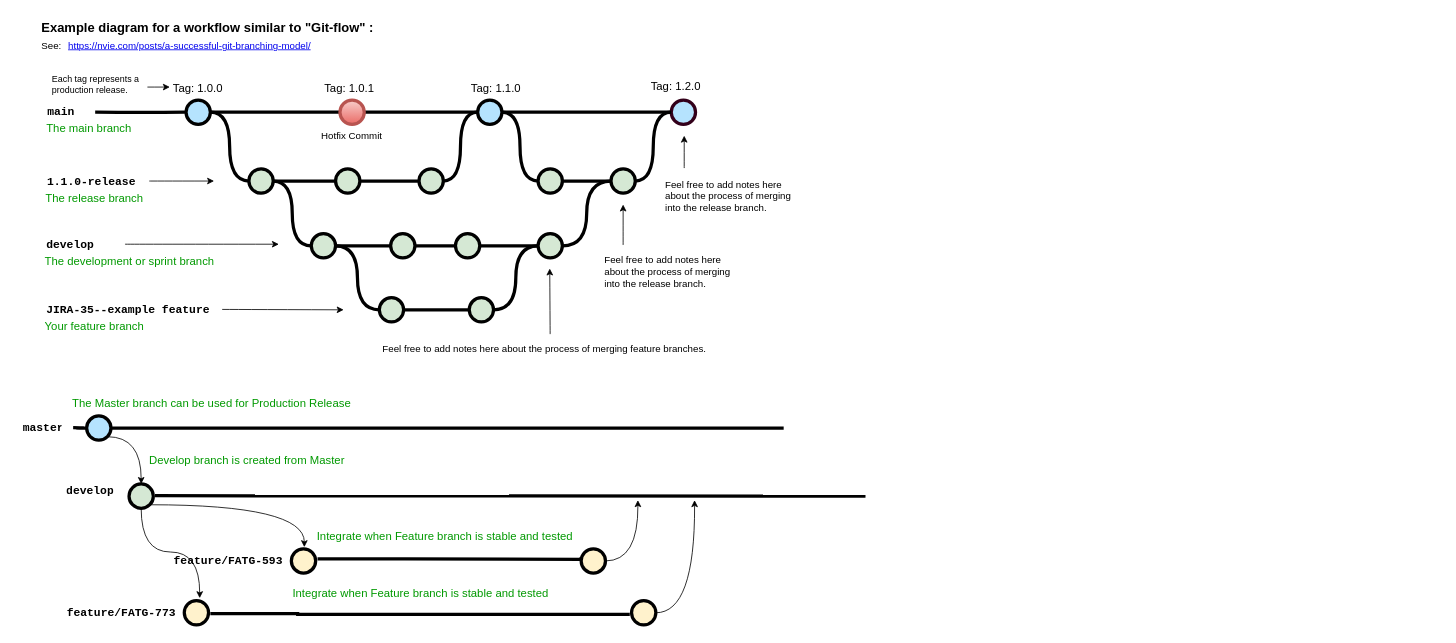
Above: Untitled Diagram.drawio in devenparab/draw.io (draw.io), before the change. Source tidied: cells renumbered, new cells numbered last; positions are measured from the earlier drawing's top-left corner, leaving out a move shared by most shapes. Both pictures are drawn from the tidied source at 81%, with x=0, y=0 at pixel (22, 14).
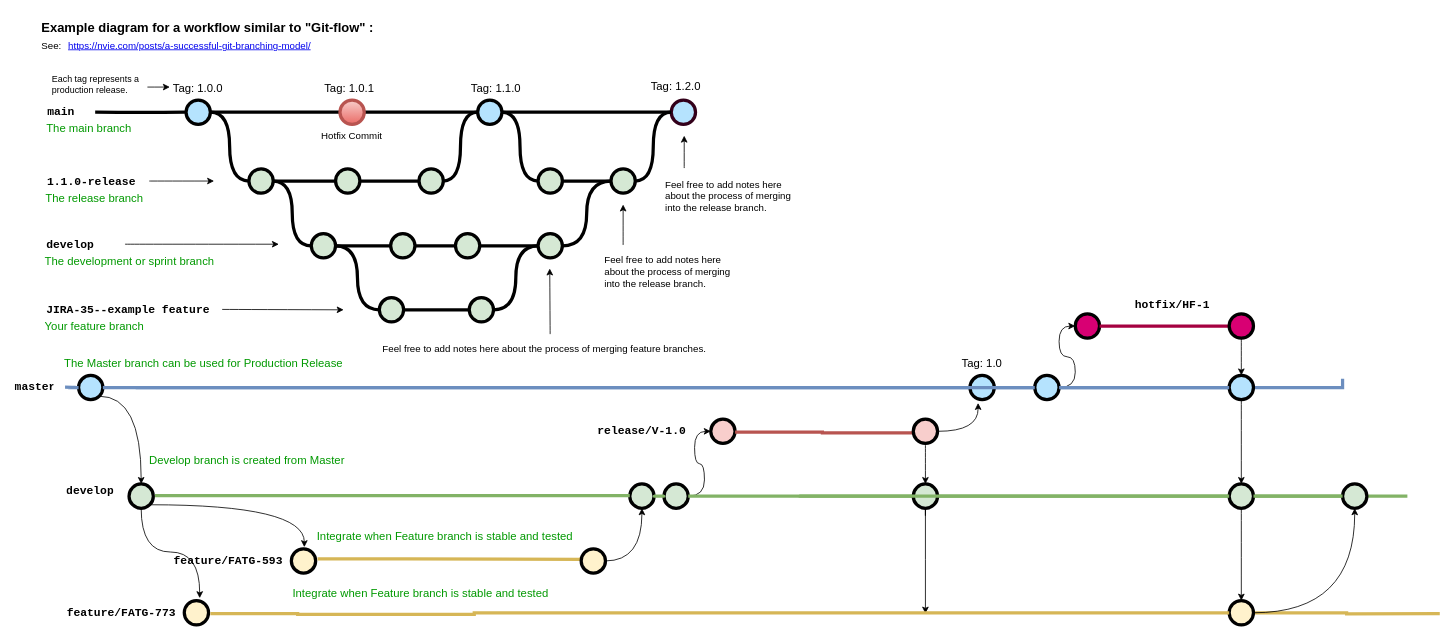
The same page after the edit.

Unchanged cells that the change refers to:
```xml
<mxCell id="82" style="verticalLabelPosition=bottom;verticalAlign=top;html=1;strokeWidth=4;shape=mxgraph.flowchart.on-page_reference;strokeColor=#000000;fillColor=#fff2cc;" parent="1" vertex="1">
  <mxGeometry x="690" y="660" width="30" height="30" as="geometry" />
</mxCell>
```

Change to the diagram source:
```diff
@@
     <mxCell id="63" value="master" style="text;html=1;strokeColor=none;fillColor=none;align=center;verticalAlign=middle;whiteSpace=wrap;overflow=hidden;fontSize=14;fontStyle=1;fontFamily=Courier New;" parent="1" vertex="1">
-      <mxGeometry y="490" width="50" height="42" as="geometry" />
+      <mxGeometry x="-10" y="440" width="50" height="42" as="geometry" />
     </mxCell>
-    <mxCell id="64" style="edgeStyle=orthogonalEdgeStyle;rounded=0;html=1;jettySize=auto;strokeWidth=4;endArrow=none;endFill=0;startArrow=none;curved=1;" parent="1" edge="1" source="71">
-      <mxGeometry x="165" y="600.5" as="geometry">
-        <mxPoint x="940" y="511" as="targetPoint" />
+    <mxCell id="64" style="edgeStyle=orthogonalEdgeStyle;rounded=0;html=1;jettySize=auto;strokeWidth=4;endArrow=none;endFill=0;startArrow=none;fillColor=#dae8fc;strokeColor=#6c8ebf;" parent="1" edge="1" source="113">
+      <mxGeometry x="155" y="550.5" as="geometry">
+        <mxPoint x="1630" y="450" as="targetPoint" />
         <Array as="points">
-          <mxPoint x="150" y="511" />
-          <mxPoint x="150" y="511" />
+          <mxPoint x="140" y="461" />
+          <mxPoint x="140" y="461" />
         </Array>
       </mxGeometry>
     </mxCell>
     <mxCell id="65" value="The Master branch can be used for Production Release&amp;nbsp;" style="text;html=1;strokeColor=none;fillColor=none;align=left;verticalAlign=middle;whiteSpace=wrap;overflow=hidden;fontSize=14;fontStyle=0;fontColor=#009900;" parent="1" vertex="1">
-      <mxGeometry x="60" y="470" width="390" height="20" as="geometry" />
+      <mxGeometry x="50" y="420" width="390" height="20" as="geometry" />
     </mxCell>
@@
-    <mxCell id="69" style="edgeStyle=orthogonalEdgeStyle;rounded=0;html=1;jettySize=auto;orthogonalLoop=1;strokeWidth=4;endArrow=none;endFill=0;curved=1;" parent="1" edge="1">
+    <mxCell id="69" style="edgeStyle=orthogonalEdgeStyle;rounded=0;html=1;jettySize=auto;strokeWidth=4;endArrow=none;endFill=0;curved=1;startArrow=none;fillColor=#d5e8d4;strokeColor=#82b366;" parent="1" edge="1" source="121">
       <mxGeometry x="266" y="684.5" as="geometry">
-        <mxPoint x="163.8" y="594.5" as="sourcePoint" />
-        <mxPoint x="1041" y="595" as="targetPoint" />
+        <mxPoint x="1710" y="595" as="targetPoint" />
         <Array as="points">
-          <mxPoint x="251" y="595" />
           <mxPoint x="251" y="595" />
         </Array>
       </mxGeometry>
     </mxCell>
@@
     <mxCell id="71" style="verticalLabelPosition=bottom;verticalAlign=top;html=1;strokeWidth=4;shape=mxgraph.flowchart.on-page_reference;plain-blue;gradientColor=none;fillColor=#B5E3Fe;strokeColor=#000000;" parent="1" vertex="1">
-      <mxGeometry x="79.5" y="496" width="30" height="30" as="geometry" />
+      <mxGeometry x="69.5" y="446" width="30" height="30" as="geometry" />
     </mxCell>
-    <mxCell id="72" style="edgeStyle=orthogonalEdgeStyle;rounded=0;html=1;jettySize=auto;strokeWidth=4;endArrow=none;endFill=0;curved=1;" parent="1" edge="1" target="71">
-      <mxGeometry x="165" y="600.5" as="geometry">
-        <mxPoint x="62.8" y="510.5" as="sourcePoint" />
+    <mxCell id="72" style="edgeStyle=orthogonalEdgeStyle;rounded=0;html=1;jettySize=auto;strokeWidth=4;endArrow=none;endFill=0;curved=1;fillColor=#dae8fc;strokeColor=#6c8ebf;" parent="1" edge="1" target="71">
+      <mxGeometry x="155" y="550.5" as="geometry">
+        <mxPoint x="52.8" y="460.5" as="sourcePoint" />
       </mxGeometry>
     </mxCell>
@@
-    <mxCell id="76" style="edgeStyle=orthogonalEdgeStyle;rounded=0;html=1;jettySize=auto;orthogonalLoop=1;strokeWidth=4;endArrow=none;endFill=0;startArrow=none;" parent="1" edge="1">
+    <mxCell id="76" style="edgeStyle=orthogonalEdgeStyle;rounded=0;html=1;jettySize=auto;orthogonalLoop=1;strokeWidth=4;endArrow=none;endFill=0;startArrow=none;fillColor=#fff2cc;strokeColor=#d6b656;" parent="1" edge="1">
       <mxGeometry x="322.2" y="766.5" as="geometry">
         <mxPoint x="364.5" y="672.5" as="sourcePoint" />
         <mxPoint x="690" y="670" as="targetPoint" />
         <Array as="points">
           <mxPoint x="472.2" y="673" />
           <mxPoint x="472.2" y="673" />
         </Array>
       </mxGeometry>
     </mxCell>
@@
-    <mxCell id="81" style="edgeStyle=orthogonalEdgeStyle;curved=1;jettySize=auto;html=1;" parent="1" edge="1" source="82">
-      <mxGeometry relative="1" as="geometry">
-        <mxPoint x="760" y="600" as="targetPoint" />
-      </mxGeometry>
-    </mxCell>
+    <mxCell id="87" style="edgeStyle=orthogonalEdgeStyle;curved=1;jettySize=auto;html=1;entryX=0.5;entryY=1;entryDx=0;entryDy=0;entryPerimeter=0;" parent="1" edge="1" source="82" target="89">
+      <mxGeometry relative="1" as="geometry" />
+    </mxCell>
@@
-    <mxCell id="83" style="edgeStyle=orthogonalEdgeStyle;rounded=0;html=1;jettySize=auto;orthogonalLoop=1;strokeWidth=4;endArrow=none;endFill=0;startArrow=none;" parent="1" edge="1">
+    <mxCell id="83" style="edgeStyle=orthogonalEdgeStyle;rounded=0;html=1;jettySize=auto;strokeWidth=4;endArrow=none;endFill=0;startArrow=none;fillColor=#fff2cc;strokeColor=#d6b656;" parent="1" edge="1" source="119">
       <mxGeometry x="190" y="834" as="geometry">
-        <mxPoint x="232.2" y="740" as="sourcePoint" />
-        <mxPoint x="750" y="741" as="targetPoint" />
-        <Array as="points">
-          <mxPoint x="340" y="740" />
-          <mxPoint x="340" y="741" />
-          <mxPoint x="558" y="741" />
-        </Array>
+        <mxPoint x="1750" y="740" as="targetPoint" />
       </mxGeometry>
     </mxCell>
-    <mxCell id="84" style="edgeStyle=orthogonalEdgeStyle;curved=1;jettySize=auto;html=1;" parent="1" edge="1" source="85">
-      <mxGeometry relative="1" as="geometry">
-        <mxPoint x="830" y="600" as="targetPoint" />
-      </mxGeometry>
-    </mxCell>
-    <mxCell id="85" style="verticalLabelPosition=bottom;verticalAlign=top;html=1;strokeWidth=4;shape=mxgraph.flowchart.on-page_reference;strokeColor=#000000;fillColor=#fff2cc;" parent="1" vertex="1">
-      <mxGeometry x="752.2" y="724" width="30" height="30" as="geometry" />
-    </mxCell>
@@
+    <mxCell id="88" style="verticalLabelPosition=bottom;verticalAlign=top;html=1;strokeWidth=4;shape=mxgraph.flowchart.on-page_reference;fillColor=#f8cecc;strokeColor=#000000;" parent="1" vertex="1">
+      <mxGeometry x="850" y="500" width="30" height="30" as="geometry" />
+    </mxCell>
+    <mxCell id="89" style="verticalLabelPosition=bottom;verticalAlign=top;html=1;strokeWidth=4;shape=mxgraph.flowchart.on-page_reference;plain-purple;gradientColor=none;strokeColor=#000000;fillColor=#D5E8D4;" parent="1" vertex="1">
+      <mxGeometry x="750" y="580" width="30" height="30" as="geometry" />
+    </mxCell>
+    <mxCell id="90" style="edgeStyle=orthogonalEdgeStyle;rounded=0;html=1;jettySize=auto;strokeWidth=4;endArrow=none;endFill=0;curved=1;fillColor=#d5e8d4;strokeColor=#82b366;" parent="1" edge="1" target="89">
+      <mxGeometry x="266" y="684.5" as="geometry">
+        <mxPoint x="163.8" y="594.5" as="sourcePoint" />
+        <Array as="points">
+          <mxPoint x="251" y="595" />
+        </Array>
+      </mxGeometry>
+    </mxCell>
+    <mxCell id="91" style="edgeStyle=orthogonalEdgeStyle;curved=1;jettySize=auto;html=1;entryX=0;entryY=0.5;entryDx=0;entryDy=0;entryPerimeter=0;" parent="1" edge="1" source="92" target="88">
+      <mxGeometry relative="1" as="geometry" />
+    </mxCell>
+    <mxCell id="92" style="verticalLabelPosition=bottom;verticalAlign=top;html=1;strokeWidth=4;shape=mxgraph.flowchart.on-page_reference;plain-purple;gradientColor=none;strokeColor=#000000;fillColor=#D5E8D4;" parent="1" vertex="1">
+      <mxGeometry x="792.2" y="580" width="30" height="30" as="geometry" />
+    </mxCell>
+    <mxCell id="93" style="edgeStyle=orthogonalEdgeStyle;rounded=0;html=1;jettySize=auto;strokeWidth=4;endArrow=none;endFill=0;curved=1;startArrow=none;fillColor=#d5e8d4;strokeColor=#82b366;" parent="1" edge="1" source="89" target="92">
+      <mxGeometry x="266" y="684.5" as="geometry" />
+    </mxCell>
+    <mxCell id="94" value="release/V-1.0" style="text;html=1;strokeColor=none;fillColor=none;align=center;verticalAlign=middle;whiteSpace=wrap;overflow=hidden;fontSize=14;fontStyle=1;fontFamily=Courier New;" parent="1" vertex="1">
+      <mxGeometry x="700" y="494" width="130" height="42" as="geometry" />
+    </mxCell>
+    <mxCell id="95" style="edgeStyle=orthogonalEdgeStyle;rounded=0;html=1;jettySize=auto;orthogonalLoop=1;strokeWidth=4;endArrow=none;endFill=0;startArrow=none;fillColor=#f8cecc;strokeColor=#b85450;" parent="1" edge="1">
+      <mxGeometry x="837.8" y="610" as="geometry">
+        <mxPoint x="880" y="516" as="sourcePoint" />
+        <mxPoint x="1100" y="517" as="targetPoint" />
+        <Array as="points">
+          <mxPoint x="987.8" y="516.5" />
+          <mxPoint x="987.8" y="516.5" />
+        </Array>
+      </mxGeometry>
+    </mxCell>
+    <mxCell id="96" style="edgeStyle=orthogonalEdgeStyle;curved=1;jettySize=auto;html=1;" parent="1" edge="1" source="99">
+      <mxGeometry relative="1" as="geometry">
+        <mxPoint x="1180" y="480" as="targetPoint" />
+      </mxGeometry>
+    </mxCell>
+    <mxCell id="97" style="edgeStyle=orthogonalEdgeStyle;curved=1;jettySize=auto;html=1;startArrow=none;" parent="1" edge="1" source="103">
+      <mxGeometry relative="1" as="geometry">
+        <mxPoint x="1115" y="600" as="targetPoint" />
+      </mxGeometry>
+    </mxCell>
+    <mxCell id="98" style="edgeStyle=orthogonalEdgeStyle;curved=1;jettySize=auto;html=1;" parent="1" edge="1" source="99" target="103">
+      <mxGeometry relative="1" as="geometry" />
+    </mxCell>
+    <mxCell id="99" style="verticalLabelPosition=bottom;verticalAlign=top;html=1;strokeWidth=4;shape=mxgraph.flowchart.on-page_reference;fillColor=#f8cecc;strokeColor=#000000;" parent="1" vertex="1">
+      <mxGeometry x="1100" y="500" width="30" height="30" as="geometry" />
+    </mxCell>
+    <mxCell id="100" style="verticalLabelPosition=bottom;verticalAlign=top;html=1;strokeWidth=4;shape=mxgraph.flowchart.on-page_reference;plain-blue;gradientColor=none;fillColor=#B5E3Fe;strokeColor=#000000;" parent="1" vertex="1">
+      <mxGeometry x="1170" y="446" width="30" height="30" as="geometry" />
+    </mxCell>
+    <mxCell id="101" value="Tag: 1.0" style="text;html=1;strokeColor=none;fillColor=none;align=center;verticalAlign=middle;whiteSpace=wrap;overflow=hidden;fontSize=14;" parent="1" vertex="1">
+      <mxGeometry x="1130" y="420" width="110" height="20" as="geometry" />
+    </mxCell>
+    <mxCell id="102" style="edgeStyle=orthogonalEdgeStyle;curved=1;jettySize=auto;html=1;" parent="1" edge="1" source="103">
+      <mxGeometry relative="1" as="geometry">
+        <mxPoint x="1115" y="740" as="targetPoint" />
+      </mxGeometry>
+    </mxCell>
+    <mxCell id="103" style="verticalLabelPosition=bottom;verticalAlign=top;html=1;strokeWidth=4;shape=mxgraph.flowchart.on-page_reference;plain-purple;gradientColor=none;strokeColor=#000000;fillColor=#D5E8D4;" parent="1" vertex="1">
+      <mxGeometry x="1100" y="580" width="30" height="30" as="geometry" />
+    </mxCell>
+    <mxCell id="104" style="edgeStyle=orthogonalEdgeStyle;curved=1;jettySize=auto;html=1;entryX=0;entryY=0.5;entryDx=0;entryDy=0;entryPerimeter=0;" parent="1" edge="1" source="105" target="107">
+      <mxGeometry relative="1" as="geometry" />
+    </mxCell>
+    <mxCell id="105" style="verticalLabelPosition=bottom;verticalAlign=top;html=1;strokeWidth=4;shape=mxgraph.flowchart.on-page_reference;plain-blue;gradientColor=none;fillColor=#B5E3Fe;strokeColor=#000000;" parent="1" vertex="1">
+      <mxGeometry x="1250" y="446" width="30" height="30" as="geometry" />
+    </mxCell>
+    <mxCell id="106" style="edgeStyle=orthogonalEdgeStyle;rounded=0;html=1;jettySize=auto;strokeWidth=4;endArrow=none;endFill=0;startArrow=none;fillColor=#dae8fc;strokeColor=#6c8ebf;" parent="1" edge="1" source="71" target="105">
+      <mxGeometry x="155" y="550.5" as="geometry" />
+    </mxCell>
+    <mxCell id="107" style="verticalLabelPosition=bottom;verticalAlign=top;html=1;strokeWidth=4;shape=mxgraph.flowchart.on-page_reference;fillColor=#d80073;strokeColor=#000000;fontColor=#ffffff;" parent="1" vertex="1">
+      <mxGeometry x="1300" y="370" width="30" height="30" as="geometry" />
+    </mxCell>
+    <mxCell id="108" style="edgeStyle=orthogonalEdgeStyle;rounded=0;html=1;jettySize=auto;strokeWidth=4;endArrow=none;endFill=0;curved=1;startArrow=none;fillColor=#d80073;strokeColor=#A50040;" parent="1" edge="1" target="107">
+      <mxGeometry x="1075" y="474" as="geometry">
+        <mxPoint x="1490" y="385" as="sourcePoint" />
+      </mxGeometry>
+    </mxCell>
+    <mxCell id="109" value="hotfix/HF-1" style="text;html=1;strokeColor=none;fillColor=none;align=center;verticalAlign=middle;whiteSpace=wrap;overflow=hidden;fontSize=14;fontStyle=1;fontFamily=Courier New;" parent="1" vertex="1">
+      <mxGeometry x="1370" y="338" width="100" height="42" as="geometry" />
+    </mxCell>
+    <mxCell id="110" style="edgeStyle=orthogonalEdgeStyle;curved=1;jettySize=auto;html=1;entryX=0.5;entryY=0;entryDx=0;entryDy=0;entryPerimeter=0;" parent="1" edge="1" source="111" target="113">
+      <mxGeometry relative="1" as="geometry" />
+    </mxCell>
+    <mxCell id="111" style="verticalLabelPosition=bottom;verticalAlign=top;html=1;strokeWidth=4;shape=mxgraph.flowchart.on-page_reference;fillColor=#d80073;strokeColor=#000000;fontColor=#ffffff;" parent="1" vertex="1">
+      <mxGeometry x="1490" y="370" width="30" height="30" as="geometry" />
+    </mxCell>
+    <mxCell id="112" style="edgeStyle=orthogonalEdgeStyle;curved=1;jettySize=auto;html=1;entryX=0.5;entryY=0;entryDx=0;entryDy=0;entryPerimeter=0;" parent="1" edge="1" source="113" target="116">
+      <mxGeometry relative="1" as="geometry" />
+    </mxCell>
+    <mxCell id="113" style="verticalLabelPosition=bottom;verticalAlign=top;html=1;strokeWidth=4;shape=mxgraph.flowchart.on-page_reference;plain-blue;gradientColor=none;fillColor=#B5E3Fe;strokeColor=#000000;" parent="1" vertex="1">
+      <mxGeometry x="1490" y="446" width="30" height="30" as="geometry" />
+    </mxCell>
+    <mxCell id="114" style="edgeStyle=orthogonalEdgeStyle;rounded=0;html=1;jettySize=auto;strokeWidth=4;endArrow=none;endFill=0;startArrow=none;fillColor=#dae8fc;strokeColor=#6c8ebf;" parent="1" edge="1" source="105" target="113">
+      <mxGeometry x="155" y="550.5" as="geometry" />
+    </mxCell>
+    <mxCell id="115" style="edgeStyle=orthogonalEdgeStyle;curved=1;jettySize=auto;html=1;exitX=0.5;exitY=1;exitDx=0;exitDy=0;exitPerimeter=0;entryX=0.5;entryY=0;entryDx=0;entryDy=0;entryPerimeter=0;" parent="1" edge="1" source="116" target="119">
+      <mxGeometry relative="1" as="geometry" />
+    </mxCell>
+    <mxCell id="116" style="verticalLabelPosition=bottom;verticalAlign=top;html=1;strokeWidth=4;shape=mxgraph.flowchart.on-page_reference;plain-purple;gradientColor=none;strokeColor=#000000;fillColor=#D5E8D4;" parent="1" vertex="1">
+      <mxGeometry x="1490" y="580" width="30" height="30" as="geometry" />
+    </mxCell>
+    <mxCell id="117" style="edgeStyle=orthogonalEdgeStyle;rounded=0;html=1;jettySize=auto;strokeWidth=4;endArrow=none;endFill=0;curved=1;startArrow=none;fillColor=#d5e8d4;strokeColor=#82b366;" parent="1" edge="1" source="92" target="116">
+      <mxGeometry x="266" y="684.5" as="geometry" />
+    </mxCell>
+    <mxCell id="118" style="edgeStyle=orthogonalEdgeStyle;curved=1;jettySize=auto;html=1;entryX=0.5;entryY=1;entryDx=0;entryDy=0;entryPerimeter=0;" parent="1" edge="1" source="119" target="121">
+      <mxGeometry relative="1" as="geometry" />
+    </mxCell>
+    <mxCell id="119" style="verticalLabelPosition=bottom;verticalAlign=top;html=1;strokeWidth=4;shape=mxgraph.flowchart.on-page_reference;strokeColor=#000000;fillColor=#fff2cc;" parent="1" vertex="1">
+      <mxGeometry x="1490" y="724" width="30" height="30" as="geometry" />
+    </mxCell>
+    <mxCell id="120" style="edgeStyle=orthogonalEdgeStyle;rounded=0;html=1;jettySize=auto;strokeWidth=4;endArrow=none;endFill=0;startArrow=none;fillColor=#fff2cc;strokeColor=#d6b656;" parent="1" edge="1" target="119">
+      <mxGeometry x="190" y="834" as="geometry">
+        <mxPoint x="232.2" y="740" as="sourcePoint" />
+        <Array as="points">
+          <mxPoint x="340" y="740" />
+          <mxPoint x="340" y="741" />
+          <mxPoint x="558" y="741" />
+        </Array>
+      </mxGeometry>
+    </mxCell>
+    <mxCell id="121" style="verticalLabelPosition=bottom;verticalAlign=top;html=1;strokeWidth=4;shape=mxgraph.flowchart.on-page_reference;plain-purple;gradientColor=none;strokeColor=#000000;fillColor=#D5E8D4;" parent="1" vertex="1">
+      <mxGeometry x="1630" y="580" width="30" height="30" as="geometry" />
+    </mxCell>
+    <mxCell id="122" style="edgeStyle=orthogonalEdgeStyle;rounded=0;html=1;jettySize=auto;strokeWidth=4;endArrow=none;endFill=0;curved=1;startArrow=none;fillColor=#d5e8d4;strokeColor=#82b366;" parent="1" edge="1" source="116" target="121">
+      <mxGeometry x="266" y="684.5" as="geometry" />
+    </mxCell>
```
